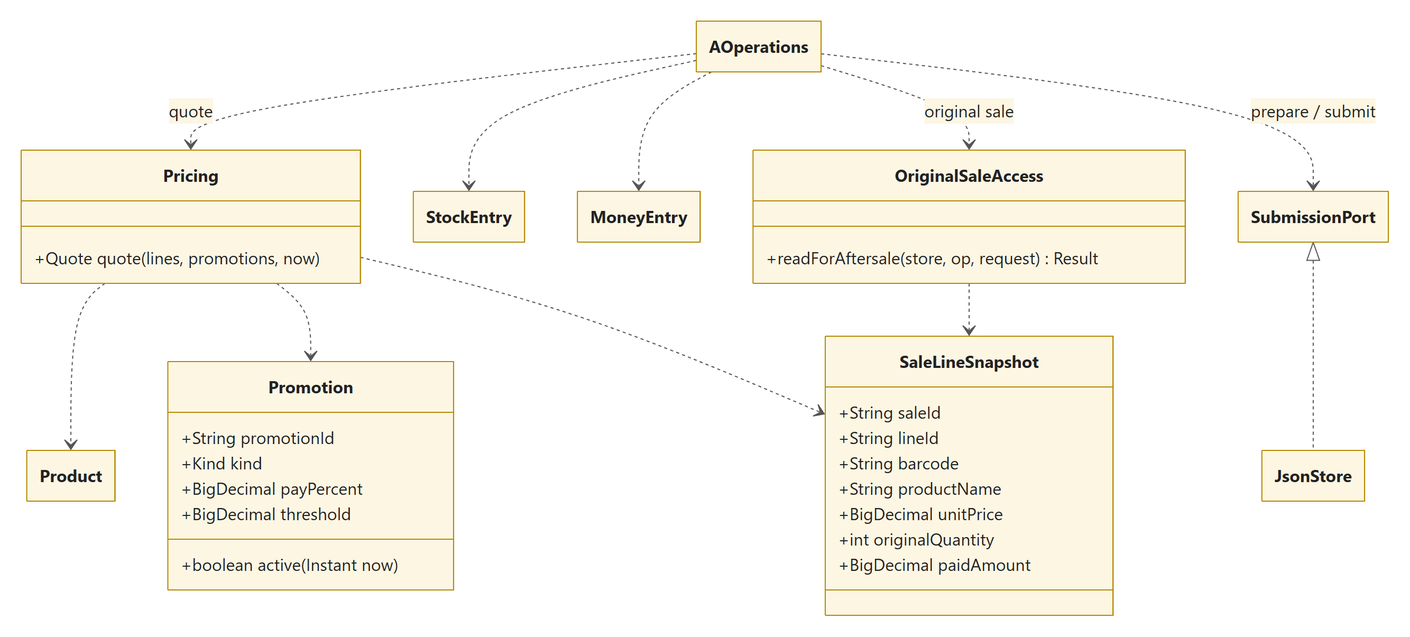
Before: docs/design/report/02_sale_promotion.png, a diagram exported from Mermaid (Noctis-SiKong/supermarket-management). Its source is kept beside it as docs/design/report/02_sale_promotion.mmd.
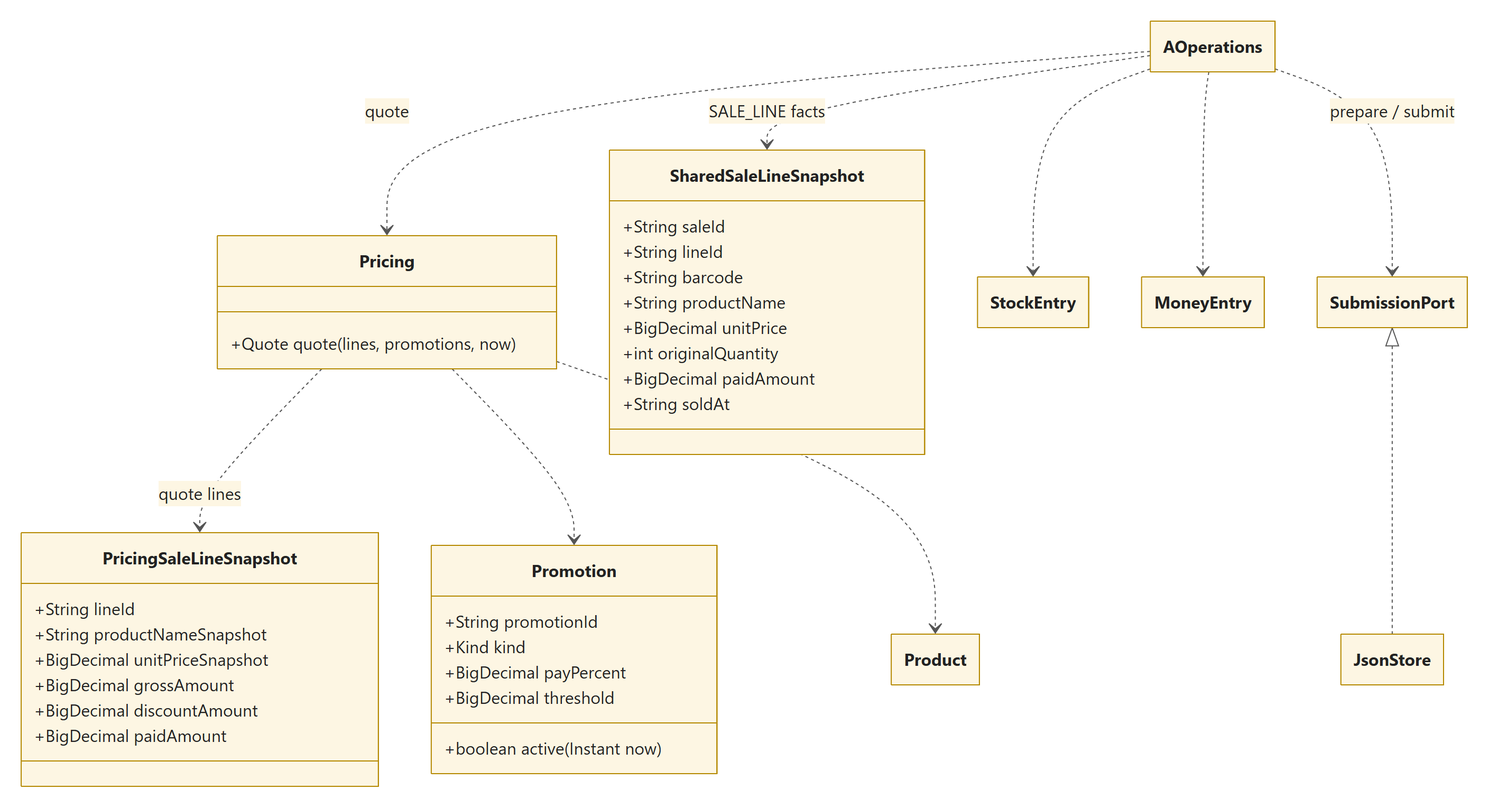
The same diagram one commit later.

What changed in the source:
```diff
@@ -4,6 +4,24 @@
 class AOperations
 class Pricing {
     +Quote quote(lines, promotions, now)
+}
+class PricingSaleLineSnapshot {
+    +String lineId
+    +String productNameSnapshot
+    +BigDecimal unitPriceSnapshot
+    +BigDecimal grossAmount
+    +BigDecimal discountAmount
+    +BigDecimal paidAmount
+}
+class SharedSaleLineSnapshot {
+    +String saleId
+    +String lineId
+    +String barcode
+    +String productName
+    +BigDecimal unitPrice
+    +int originalQuantity
+    +BigDecimal paidAmount
+    +String soldAt
 }
 class Promotion {
     +String promotionId
@@ -15,28 +33,15 @@
 class Product
 class StockEntry
 class MoneyEntry
-class OriginalSaleAccess {
-    +readForAftersale(store, op, request) Result
-}
-class SaleLineSnapshot {
-    +String saleId
-    +String lineId
-    +String barcode
-    +String productName
-    +BigDecimal unitPrice
-    +int originalQuantity
-    +BigDecimal paidAmount
-}
 class SubmissionPort
 class JsonStore
 
 AOperations ..> Pricing : quote
+AOperations ..> SharedSaleLineSnapshot : SALE_LINE facts
 AOperations ..> StockEntry
 AOperations ..> MoneyEntry
-AOperations ..> OriginalSaleAccess : original sale
 AOperations ..> SubmissionPort : prepare / submit
+Pricing ..> PricingSaleLineSnapshot : quote lines
+Pricing ..> Promotion
 Pricing ..> Product
-Pricing ..> Promotion
-Pricing ..> SaleLineSnapshot
-OriginalSaleAccess ..> SaleLineSnapshot
 SubmissionPort <|.. JsonStore
```
